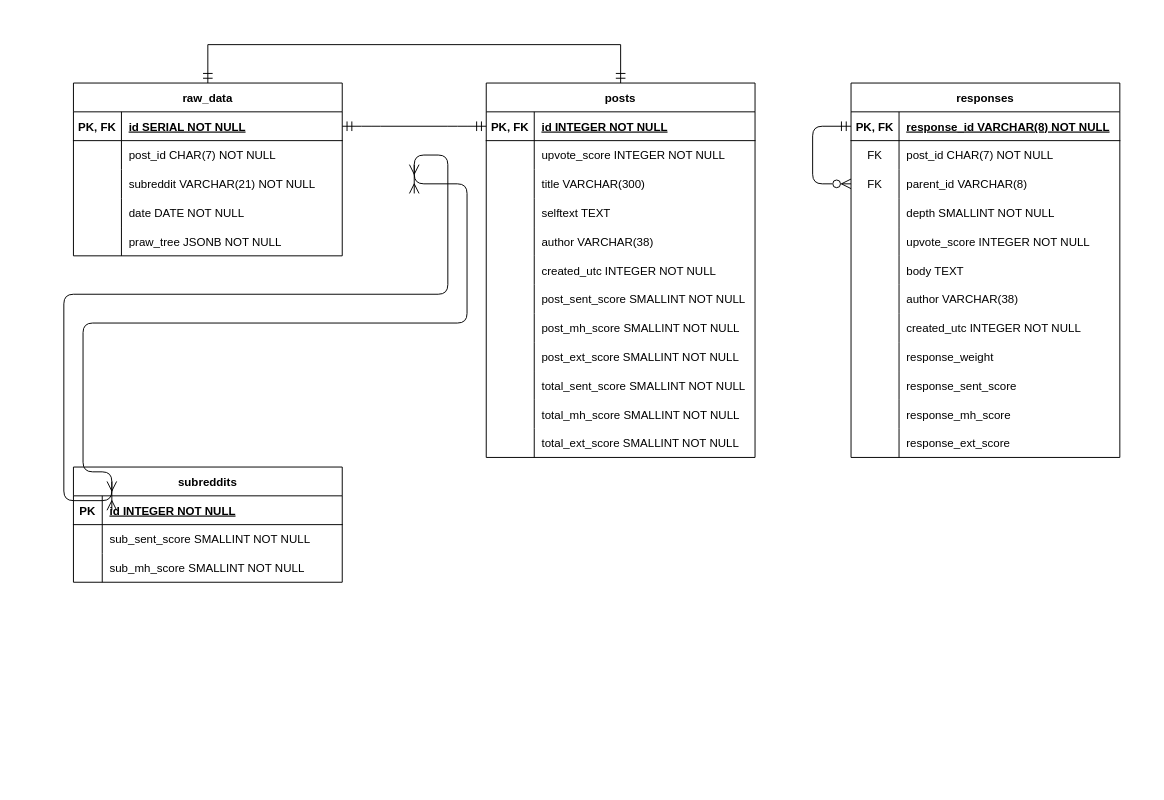
This is assets/ERD.drawio from AustinLowey/social-media-trends-tracker, a draw.io file, before an edit. Source tidied: cells renumbered, new cells numbered last; positions are measured from the earlier drawing's top-left corner, leaving out a move shared by most shapes. Both pictures are drawn from the tidied source at 96%, with x=0, y=0 at pixel (63, 44).
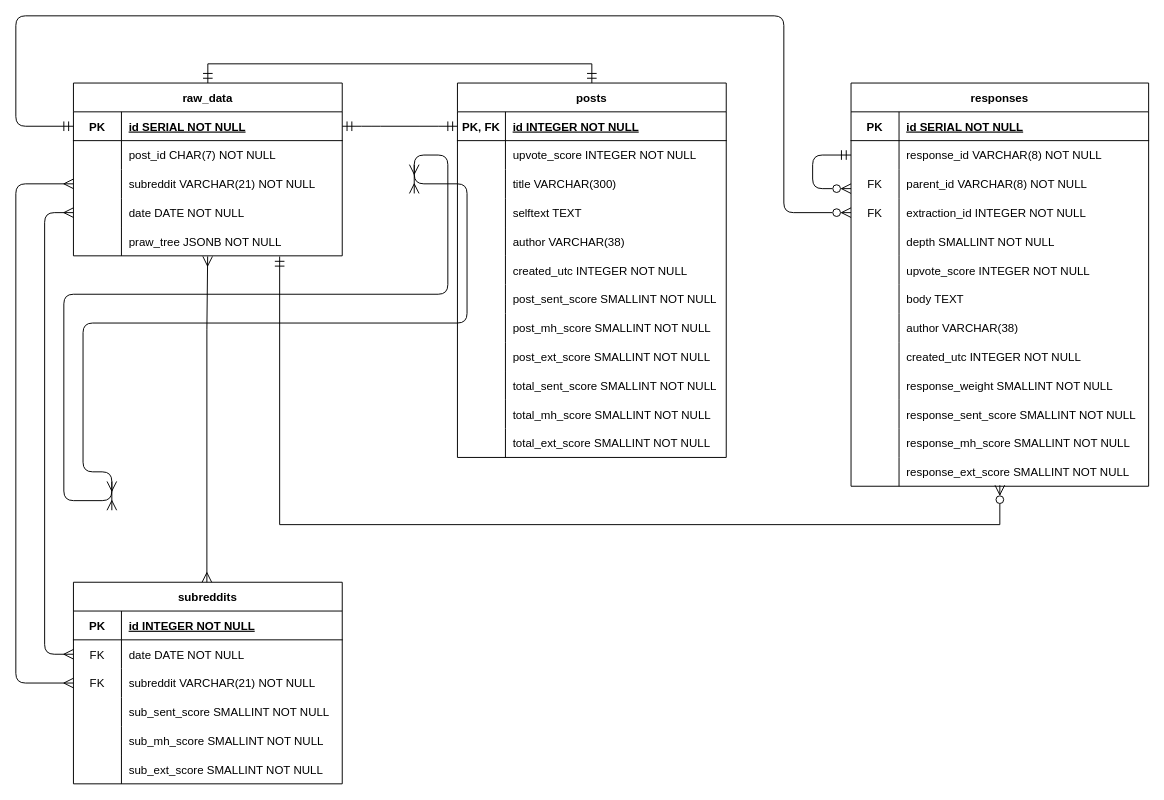
After the change.

Unchanged cells that the change refers to:
```xml
<mxCell id="78" value="raw_data" style="shape=table;startSize=30;childLayout=tableLayout;rowLines=0;fontStyle=1;align=center;" parent="1" vertex="1">
  <mxGeometry x="10" y="40" width="280" height="180" as="geometry" />
</mxCell>
<mxCell id="79" style="shape=partialRectangle;fillColor=none;points=[[0,0.5],[1,0.5]];portConstraint=eastwest;top=0;left=0;right=0;bottom=1;" parent="78" vertex="1">
  <mxGeometry y="30" width="280" height="30" as="geometry" />
</mxCell>
<mxCell id="85" style="shape=partialRectangle;fillColor=none;points=[[0,0.5],[1,0.5]];portConstraint=eastwest;top=0;left=0;right=0;bottom=0;" parent="78" vertex="1">
  <mxGeometry y="90" width="280" height="30" as="geometry" />
</mxCell>
<mxCell id="88" style="shape=partialRectangle;fillColor=none;points=[[0,0.5],[1,0.5]];portConstraint=eastwest;top=0;left=0;right=0;bottom=0;" parent="78" vertex="1">
  <mxGeometry y="120" width="280" height="30" as="geometry" />
</mxCell>
<mxCell id="95" style="shape=partialRectangle;fillColor=none;top=0;left=0;right=0;bottom=1;" parent="94" vertex="1">
  <mxGeometry y="30" width="280" height="30" as="geometry" />
</mxCell>
```

What changed in the source:
```diff
@@
     <mxCell id="3" value="posts" style="shape=table;startSize=30;childLayout=tableLayout;rowLines=0;fontStyle=1;align=center;" parent="1" vertex="1">
-      <mxGeometry x="440" y="40" width="280" height="390" as="geometry" />
+      <mxGeometry x="410" y="40" width="280" height="390" as="geometry" />
     </mxCell>
@@
     <mxCell id="40" value="responses" style="shape=table;startSize=30;childLayout=tableLayout;rowLines=0;fontStyle=1;align=center;" parent="1" vertex="1">
-      <mxGeometry x="820" y="40" width="280" height="390" as="geometry" />
+      <mxGeometry x="820" y="40" width="310" height="420" as="geometry" />
     </mxCell>
     <mxCell id="41" style="shape=partialRectangle;fillColor=none;points=[[0,0.5],[1,0.5]];portConstraint=eastwest;top=0;left=0;right=0;bottom=1;" parent="40" vertex="1">
-      <mxGeometry y="30" width="280" height="30" as="geometry" />
+      <mxGeometry y="30" width="310" height="30" as="geometry" />
     </mxCell>
-    <mxCell id="42" value="PK, FK" style="shape=partialRectangle;overflow=hidden;fillColor=none;top=0;left=0;bottom=0;right=0;fontStyle=1;" parent="41" vertex="1">
+    <mxCell id="42" value="PK" style="shape=partialRectangle;overflow=hidden;fillColor=none;top=0;left=0;bottom=0;right=0;fontStyle=1;" parent="41" vertex="1">
       <mxGeometry width="50" height="30" as="geometry" />
     </mxCell>
-    <mxCell id="43" value="response_id VARCHAR(8) NOT NULL " style="shape=partialRectangle;overflow=hidden;fillColor=none;top=0;left=0;bottom=0;right=0;align=left;spacingLeft=6;fontStyle=5;" parent="41" vertex="1">
-      <mxGeometry x="50" width="230" height="30" as="geometry" />
+    <mxCell id="43" value="id SERIAL NOT NULL" style="shape=partialRectangle;overflow=hidden;fillColor=none;top=0;left=0;bottom=0;right=0;align=left;spacingLeft=6;fontStyle=5;" parent="41" vertex="1">
+      <mxGeometry x="50" width="260" height="30" as="geometry" />
     </mxCell>
+    <mxCell id="107" style="shape=partialRectangle;fillColor=none;points=[[0,0.5],[1,0.5]];portConstraint=eastwest;top=0;left=0;right=0;bottom=0;" parent="40" vertex="1">
+      <mxGeometry y="60" width="310" height="30" as="geometry" />
+    </mxCell>
+    <mxCell id="108" style="shape=partialRectangle;overflow=hidden;fillColor=none;top=0;left=0;bottom=0;right=0;" parent="107" vertex="1">
+      <mxGeometry width="50" height="30" as="geometry" />
+    </mxCell>
+    <mxCell id="109" value="response_id VARCHAR(8) NOT NULL" style="shape=partialRectangle;overflow=hidden;fillColor=none;top=0;left=0;bottom=0;right=0;align=left;spacingLeft=6;" parent="107" vertex="1">
+      <mxGeometry x="50" width="260" height="30" as="geometry" />
+    </mxCell>
     <mxCell id="44" style="shape=partialRectangle;fillColor=none;top=0;left=0;right=0;bottom=0;" parent="40" vertex="1">
-      <mxGeometry y="60" width="280" height="30" as="geometry" />
+      <mxGeometry y="90" width="310" height="30" as="geometry" />
     </mxCell>
@@
-    <mxCell id="46" value="post_id CHAR(7) NOT NULL" style="shape=partialRectangle;overflow=hidden;fillColor=none;top=0;left=0;bottom=0;right=0;align=left;spacingLeft=6;" parent="44" vertex="1">
-      <mxGeometry x="50" width="230" height="30" as="geometry" />
+    <mxCell id="46" value="parent_id VARCHAR(8) NOT NULL" style="shape=partialRectangle;overflow=hidden;fillColor=none;top=0;left=0;bottom=0;right=0;align=left;spacingLeft=6;" parent="44" vertex="1">
+      <mxGeometry x="50" width="260" height="30" as="geometry" />
     </mxCell>
     <mxCell id="47" style="shape=partialRectangle;fillColor=none;points=[[0,0.5],[1,0.5]];portConstraint=eastwest;top=0;left=0;right=0;bottom=0;" parent="40" vertex="1">
-      <mxGeometry y="90" width="280" height="30" as="geometry" />
+      <mxGeometry y="120" width="310" height="30" as="geometry" />
     </mxCell>
@@
-    <mxCell id="49" value="parent_id VARCHAR(8)" style="shape=partialRectangle;overflow=hidden;fillColor=none;top=0;left=0;bottom=0;right=0;align=left;spacingLeft=6;" parent="47" vertex="1">
-      <mxGeometry x="50" width="230" height="30" as="geometry" />
+    <mxCell id="49" value="extraction_id INTEGER NOT NULL" style="shape=partialRectangle;overflow=hidden;fillColor=none;top=0;left=0;bottom=0;right=0;align=left;spacingLeft=6;" parent="47" vertex="1">
+      <mxGeometry x="50" width="260" height="30" as="geometry" />
     </mxCell>
     <mxCell id="50" style="shape=partialRectangle;fillColor=none;top=0;left=0;right=0;bottom=0;" parent="40" vertex="1">
-      <mxGeometry y="120" width="280" height="30" as="geometry" />
+      <mxGeometry y="150" width="310" height="30" as="geometry" />
     </mxCell>
@@
     <mxCell id="52" value="depth SMALLINT NOT NULL" style="shape=partialRectangle;overflow=hidden;fillColor=none;top=0;left=0;bottom=0;right=0;align=left;spacingLeft=6;" parent="50" vertex="1">
-      <mxGeometry x="50" width="230" height="30" as="geometry" />
+      <mxGeometry x="50" width="260" height="30" as="geometry" />
     </mxCell>
     <mxCell id="53" style="shape=partialRectangle;fillColor=none;top=0;left=0;right=0;bottom=0;" parent="40" vertex="1">
-      <mxGeometry y="150" width="280" height="30" as="geometry" />
+      <mxGeometry y="180" width="310" height="30" as="geometry" />
     </mxCell>
@@
     <mxCell id="55" value="upvote_score INTEGER NOT NULL" style="shape=partialRectangle;overflow=hidden;fillColor=none;top=0;left=0;bottom=0;right=0;align=left;spacingLeft=6;" parent="53" vertex="1">
-      <mxGeometry x="50" width="230" height="30" as="geometry" />
+      <mxGeometry x="50" width="260" height="30" as="geometry" />
     </mxCell>
     <mxCell id="56" style="shape=partialRectangle;fillColor=none;top=0;left=0;right=0;bottom=0;" parent="40" vertex="1">
-      <mxGeometry y="180" width="280" height="30" as="geometry" />
+      <mxGeometry y="210" width="310" height="30" as="geometry" />
     </mxCell>
@@
     <mxCell id="58" value="body TEXT" style="shape=partialRectangle;overflow=hidden;fillColor=none;top=0;left=0;bottom=0;right=0;align=left;spacingLeft=6;" parent="56" vertex="1">
-      <mxGeometry x="50" width="230" height="30" as="geometry" />
+      <mxGeometry x="50" width="260" height="30" as="geometry" />
     </mxCell>
     <mxCell id="59" style="shape=partialRectangle;fillColor=none;top=0;left=0;right=0;bottom=0;" parent="40" vertex="1">
-      <mxGeometry y="210" width="280" height="30" as="geometry" />
+      <mxGeometry y="240" width="310" height="30" as="geometry" />
     </mxCell>
@@
     <mxCell id="61" value="author VARCHAR(38)" style="shape=partialRectangle;overflow=hidden;fillColor=none;top=0;left=0;bottom=0;right=0;align=left;spacingLeft=6;" parent="59" vertex="1">
-      <mxGeometry x="50" width="230" height="30" as="geometry" />
+      <mxGeometry x="50" width="260" height="30" as="geometry" />
     </mxCell>
     <mxCell id="62" style="shape=partialRectangle;fillColor=none;top=0;left=0;right=0;bottom=0;" parent="40" vertex="1">
-      <mxGeometry y="240" width="280" height="30" as="geometry" />
+      <mxGeometry y="270" width="310" height="30" as="geometry" />
     </mxCell>
@@
     <mxCell id="64" value="created_utc INTEGER NOT NULL" style="shape=partialRectangle;overflow=hidden;fillColor=none;top=0;left=0;bottom=0;right=0;align=left;spacingLeft=6;" parent="62" vertex="1">
-      <mxGeometry x="50" width="230" height="30" as="geometry" />
+      <mxGeometry x="50" width="260" height="30" as="geometry" />
     </mxCell>
     <mxCell id="65" style="shape=partialRectangle;fillColor=none;top=0;left=0;right=0;bottom=0;" parent="40" vertex="1">
-      <mxGeometry y="270" width="280" height="30" as="geometry" />
+      <mxGeometry y="300" width="310" height="30" as="geometry" />
     </mxCell>
@@
-    <mxCell id="67" value="response_weight" style="shape=partialRectangle;overflow=hidden;fillColor=none;top=0;left=0;bottom=0;right=0;align=left;spacingLeft=6;" parent="65" vertex="1">
-      <mxGeometry x="50" width="230" height="30" as="geometry" />
+    <mxCell id="67" value="response_weight SMALLINT NOT NULL" style="shape=partialRectangle;overflow=hidden;fillColor=none;top=0;left=0;bottom=0;right=0;align=left;spacingLeft=6;" parent="65" vertex="1">
+      <mxGeometry x="50" width="260" height="30" as="geometry" />
     </mxCell>
     <mxCell id="68" style="shape=partialRectangle;fillColor=none;top=0;left=0;right=0;bottom=0;" parent="40" vertex="1">
-      <mxGeometry y="300" width="280" height="30" as="geometry" />
+      <mxGeometry y="330" width="310" height="30" as="geometry" />
     </mxCell>
@@
-    <mxCell id="70" value="response_sent_score" style="shape=partialRectangle;overflow=hidden;fillColor=none;top=0;left=0;bottom=0;right=0;align=left;spacingLeft=6;" parent="68" vertex="1">
-      <mxGeometry x="50" width="230" height="30" as="geometry" />
+    <mxCell id="70" value="response_sent_score SMALLINT NOT NULL" style="shape=partialRectangle;overflow=hidden;fillColor=none;top=0;left=0;bottom=0;right=0;align=left;spacingLeft=6;" parent="68" vertex="1">
+      <mxGeometry x="50" width="260" height="30" as="geometry" />
     </mxCell>
     <mxCell id="71" style="shape=partialRectangle;fillColor=none;top=0;left=0;right=0;bottom=0;" parent="40" vertex="1">
-      <mxGeometry y="330" width="280" height="30" as="geometry" />
+      <mxGeometry y="360" width="310" height="30" as="geometry" />
     </mxCell>
@@
-    <mxCell id="73" value="response_mh_score" style="shape=partialRectangle;overflow=hidden;fillColor=none;top=0;left=0;bottom=0;right=0;align=left;spacingLeft=6;" parent="71" vertex="1">
-      <mxGeometry x="50" width="230" height="30" as="geometry" />
+    <mxCell id="73" value="response_mh_score SMALLINT NOT NULL" style="shape=partialRectangle;overflow=hidden;fillColor=none;top=0;left=0;bottom=0;right=0;align=left;spacingLeft=6;" parent="71" vertex="1">
+      <mxGeometry x="50" width="260" height="30" as="geometry" />
     </mxCell>
     <mxCell id="74" style="shape=partialRectangle;fillColor=none;top=0;left=0;right=0;bottom=0;" parent="40" vertex="1">
-      <mxGeometry y="360" width="280" height="30" as="geometry" />
+      <mxGeometry y="390" width="310" height="30" as="geometry" />
     </mxCell>
@@
-    <mxCell id="76" value="response_ext_score" style="shape=partialRectangle;overflow=hidden;fillColor=none;top=0;left=0;bottom=0;right=0;align=left;spacingLeft=6;" parent="74" vertex="1">
-      <mxGeometry x="50" width="230" height="30" as="geometry" />
+    <mxCell id="76" value="response_ext_score SMALLINT NOT NULL" style="shape=partialRectangle;overflow=hidden;fillColor=none;top=0;left=0;bottom=0;right=0;align=left;spacingLeft=6;" parent="74" vertex="1">
+      <mxGeometry x="50" width="260" height="30" as="geometry" />
     </mxCell>
-    <mxCell id="77" style="edgeStyle=orthogonalEdgeStyle;rounded=1;jettySize=auto;html=1;exitX=0;exitY=0.5;exitDx=0;exitDy=0;entryX=0;entryY=0.5;entryDx=0;entryDy=0;endSize=8;startSize=8;startArrow=ERmandOne;startFill=0;endArrow=ERzeroToMany;endFill=0;curved=0;" parent="40" edge="1" source="41" target="47">
-      <mxGeometry relative="1" as="geometry">
-        <Array as="points">
-          <mxPoint x="-40" y="45" />
-          <mxPoint x="-40" y="105" />
-        </Array>
-      </mxGeometry>
-    </mxCell>
@@
-    <mxCell id="80" value="PK, FK" style="shape=partialRectangle;overflow=hidden;fillColor=none;top=0;left=0;bottom=0;right=0;fontStyle=1;" parent="79" vertex="1">
+    <mxCell id="80" value="PK" style="shape=partialRectangle;overflow=hidden;fillColor=none;top=0;left=0;bottom=0;right=0;fontStyle=1;" parent="79" vertex="1">
       <mxGeometry width="50" height="30" as="geometry" />
     </mxCell>
@@
     <mxCell id="94" value="subreddits" style="shape=table;startSize=30;childLayout=tableLayout;rowLines=0;fontStyle=1;align=center;" parent="1" vertex="1">
-      <mxGeometry x="10" y="440" width="280" height="120" as="geometry" />
+      <mxGeometry x="10" y="560" width="280" height="210" as="geometry" />
     </mxCell>
@@
     <mxCell id="96" value="PK" style="shape=partialRectangle;overflow=hidden;fillColor=none;top=0;left=0;bottom=0;right=0;fontStyle=1;" parent="95" vertex="1">
-      <mxGeometry width="30" height="30" as="geometry" />
+      <mxGeometry width="50" height="30" as="geometry" />
     </mxCell>
     <mxCell id="97" value="id INTEGER NOT NULL " style="shape=partialRectangle;overflow=hidden;fillColor=none;top=0;left=0;bottom=0;right=0;align=left;spacingLeft=6;fontStyle=5;" parent="95" vertex="1">
-      <mxGeometry x="30" width="250" height="30" as="geometry" />
+      <mxGeometry x="50" width="230" height="30" as="geometry" />
     </mxCell>
+    <mxCell id="110" style="shape=partialRectangle;fillColor=none;points=[[0,0.5],[1,0.5]];portConstraint=eastwest;top=0;left=0;right=0;bottom=0;" parent="94" vertex="1">
+      <mxGeometry y="60" width="280" height="30" as="geometry" />
+    </mxCell>
+    <mxCell id="111" value="FK" style="shape=partialRectangle;overflow=hidden;fillColor=none;top=0;left=0;bottom=0;right=0;" parent="110" vertex="1">
+      <mxGeometry width="50" height="30" as="geometry" />
+    </mxCell>
+    <mxCell id="112" value="date DATE NOT NULL" style="shape=partialRectangle;overflow=hidden;fillColor=none;top=0;left=0;bottom=0;right=0;align=left;spacingLeft=6;" parent="110" vertex="1">
+      <mxGeometry x="50" width="230" height="30" as="geometry" />
+    </mxCell>
+    <mxCell id="113" style="shape=partialRectangle;fillColor=none;points=[[0,0.5],[1,0.5]];portConstraint=eastwest;top=0;left=0;right=0;bottom=0;" parent="94" vertex="1">
+      <mxGeometry y="90" width="280" height="30" as="geometry" />
+    </mxCell>
+    <mxCell id="114" value="FK" style="shape=partialRectangle;overflow=hidden;fillColor=none;top=0;left=0;bottom=0;right=0;" parent="113" vertex="1">
+      <mxGeometry width="50" height="30" as="geometry" />
+    </mxCell>
+    <mxCell id="115" value="subreddit VARCHAR(21) NOT NULL" style="shape=partialRectangle;overflow=hidden;fillColor=none;top=0;left=0;bottom=0;right=0;align=left;spacingLeft=6;" parent="113" vertex="1">
+      <mxGeometry x="50" width="230" height="30" as="geometry" />
+    </mxCell>
     <mxCell id="98" style="shape=partialRectangle;fillColor=none;top=0;left=0;right=0;bottom=0;" parent="94" vertex="1">
-      <mxGeometry y="60" width="280" height="30" as="geometry" />
+      <mxGeometry y="120" width="280" height="30" as="geometry" />
     </mxCell>
     <mxCell id="99" style="shape=partialRectangle;overflow=hidden;fillColor=none;top=0;left=0;bottom=0;right=0;" parent="98" vertex="1">
-      <mxGeometry width="30" height="30" as="geometry" />
+      <mxGeometry width="50" height="30" as="geometry" />
     </mxCell>
     <mxCell id="100" value="sub_sent_score SMALLINT NOT NULL" style="shape=partialRectangle;overflow=hidden;fillColor=none;top=0;left=0;bottom=0;right=0;align=left;spacingLeft=6;" parent="98" vertex="1">
-      <mxGeometry x="30" width="250" height="30" as="geometry" />
+      <mxGeometry x="50" width="230" height="30" as="geometry" />
     </mxCell>
     <mxCell id="101" style="shape=partialRectangle;fillColor=none;top=0;left=0;right=0;bottom=0;" parent="94" vertex="1">
-      <mxGeometry y="90" width="280" height="30" as="geometry" />
+      <mxGeometry y="150" width="280" height="30" as="geometry" />
     </mxCell>
     <mxCell id="102" style="shape=partialRectangle;overflow=hidden;fillColor=none;top=0;left=0;bottom=0;right=0;" parent="101" vertex="1">
-      <mxGeometry width="30" height="30" as="geometry" />
+      <mxGeometry width="50" height="30" as="geometry" />
     </mxCell>
     <mxCell id="103" value="sub_mh_score SMALLINT NOT NULL" style="shape=partialRectangle;overflow=hidden;fillColor=none;top=0;left=0;bottom=0;right=0;align=left;spacingLeft=6;" parent="101" vertex="1">
-      <mxGeometry x="30" width="250" height="30" as="geometry" />
+      <mxGeometry x="50" width="230" height="30" as="geometry" />
     </mxCell>
+    <mxCell id="116" style="shape=partialRectangle;fillColor=none;top=0;left=0;right=0;bottom=0;" parent="94" vertex="1">
+      <mxGeometry y="180" width="280" height="30" as="geometry" />
+    </mxCell>
+    <mxCell id="117" style="shape=partialRectangle;overflow=hidden;fillColor=none;top=0;left=0;bottom=0;right=0;" parent="116" vertex="1">
+      <mxGeometry width="50" height="30" as="geometry" />
+    </mxCell>
+    <mxCell id="118" value="sub_ext_score SMALLINT NOT NULL" style="shape=partialRectangle;overflow=hidden;fillColor=none;top=0;left=0;bottom=0;right=0;align=left;spacingLeft=6;" parent="116" vertex="1">
+      <mxGeometry x="50" width="230" height="30" as="geometry" />
+    </mxCell>
@@
-    <mxCell id="106" style="edgeStyle=orthogonalEdgeStyle;rounded=0;jettySize=auto;html=1;exitX=0.5;exitY=0;exitDx=0;exitDy=0;entryX=0.5;entryY=0;entryDx=0;entryDy=0;endSize=8;startSize=8;startArrow=ERmandOne;startFill=0;endArrow=ERmandOne;endFill=0;" parent="1" edge="1" source="3" target="78">
+    <mxCell id="106" style="edgeStyle=orthogonalEdgeStyle;rounded=0;jettySize=auto;html=1;exitX=0.5;exitY=0;exitDx=0;exitDy=0;endSize=8;startSize=8;startArrow=ERmandOne;startFill=0;endArrow=ERmandOne;endFill=0;entryX=0.5;entryY=0;entryDx=0;entryDy=0;" parent="1" edge="1" source="3" target="78">
       <mxGeometry relative="1" as="geometry">
         <Array as="points">
-          <mxPoint x="580" />
-          <mxPoint x="150" />
+          <mxPoint x="550" y="20" />
+          <mxPoint x="150" y="20" />
         </Array>
       </mxGeometry>
     </mxCell>
+    <mxCell id="77" style="edgeStyle=orthogonalEdgeStyle;rounded=1;jettySize=auto;html=1;endSize=8;startSize=8;startArrow=ERmandOne;startFill=0;endArrow=ERzeroToMany;endFill=0;curved=0;exitX=0;exitY=0.5;exitDx=0;exitDy=0;" parent="1" edge="1" source="107">
+      <mxGeometry relative="1" as="geometry">
+        <mxPoint x="820" y="150" as="targetPoint" />
+        <Array as="points">
+          <mxPoint x="780" y="115" />
+          <mxPoint x="780" y="150" />
+        </Array>
+      </mxGeometry>
+    </mxCell>
+    <mxCell id="119" style="edgeStyle=orthogonalEdgeStyle;rounded=0;orthogonalLoop=1;jettySize=auto;html=1;endSize=8;startSize=8;startArrow=ERzeroToMany;startFill=0;endArrow=ERmandOne;endFill=0;entryX=0.767;entryY=1.057;entryDx=0;entryDy=0;entryPerimeter=0;" parent="1" edge="1">
+      <mxGeometry relative="1" as="geometry">
+        <mxPoint x="975" y="459" as="sourcePoint" />
+        <mxPoint x="224.8" y="220.7" as="targetPoint" />
+        <Array as="points">
+          <mxPoint x="975" y="500" />
+          <mxPoint x="225" y="500" />
+        </Array>
+      </mxGeometry>
+    </mxCell>
+    <mxCell id="120" style="edgeStyle=orthogonalEdgeStyle;rounded=1;jettySize=auto;html=1;endSize=8;startSize=8;startArrow=ERmandOne;startFill=0;endArrow=ERzeroToMany;endFill=0;curved=0;exitX=0;exitY=0.5;exitDx=0;exitDy=0;entryX=0;entryY=0.5;entryDx=0;entryDy=0;" parent="1" edge="1" source="79" target="47">
+      <mxGeometry relative="1" as="geometry">
+        <Array as="points">
+          <mxPoint x="-50" y="85" />
+          <mxPoint x="-50" y="-30" />
+          <mxPoint x="750" y="-30" />
+          <mxPoint x="750" y="175" />
+        </Array>
+      </mxGeometry>
+    </mxCell>
+    <mxCell id="121" style="edgeStyle=orthogonalEdgeStyle;rounded=1;jettySize=auto;html=1;endSize=8;startSize=8;startArrow=ERmany;startFill=0;endArrow=ERmany;endFill=0;curved=0;exitX=0;exitY=0.5;exitDx=0;exitDy=0;entryX=0;entryY=0.5;entryDx=0;entryDy=0;" parent="1" edge="1" source="88" target="110">
+      <mxGeometry relative="1" as="geometry">
+        <Array as="points">
+          <mxPoint x="-20" y="175" />
+          <mxPoint x="-20" y="635" />
+        </Array>
+      </mxGeometry>
+    </mxCell>
+    <mxCell id="122" style="edgeStyle=orthogonalEdgeStyle;rounded=1;jettySize=auto;html=1;endSize=8;startSize=8;startArrow=ERmany;startFill=0;endArrow=ERmany;endFill=0;curved=0;exitX=0;exitY=0.5;exitDx=0;exitDy=0;entryX=0;entryY=0.5;entryDx=0;entryDy=0;" parent="1" edge="1" source="85" target="113">
+      <mxGeometry relative="1" as="geometry">
+        <Array as="points">
+          <mxPoint x="-50" y="145" />
+          <mxPoint x="-50" y="665" />
+        </Array>
+      </mxGeometry>
+    </mxCell>
+    <mxCell id="123" style="edgeStyle=orthogonalEdgeStyle;rounded=0;orthogonalLoop=1;jettySize=auto;html=1;endSize=8;startSize=8;startArrow=ERmany;startFill=0;endArrow=ERmany;endFill=0;entryX=0.503;entryY=1.12;entryDx=0;entryDy=0;entryPerimeter=0;exitX=0.5;exitY=0;exitDx=0;exitDy=0;" parent="1" edge="1">
+      <mxGeometry relative="1" as="geometry">
+        <mxPoint x="149" y="560" as="sourcePoint" />
+        <mxPoint x="149.8" y="220.6" as="targetPoint" />
+        <Array as="points">
+          <mxPoint x="149" y="297" />
+        </Array>
+      </mxGeometry>
+    </mxCell>
```
